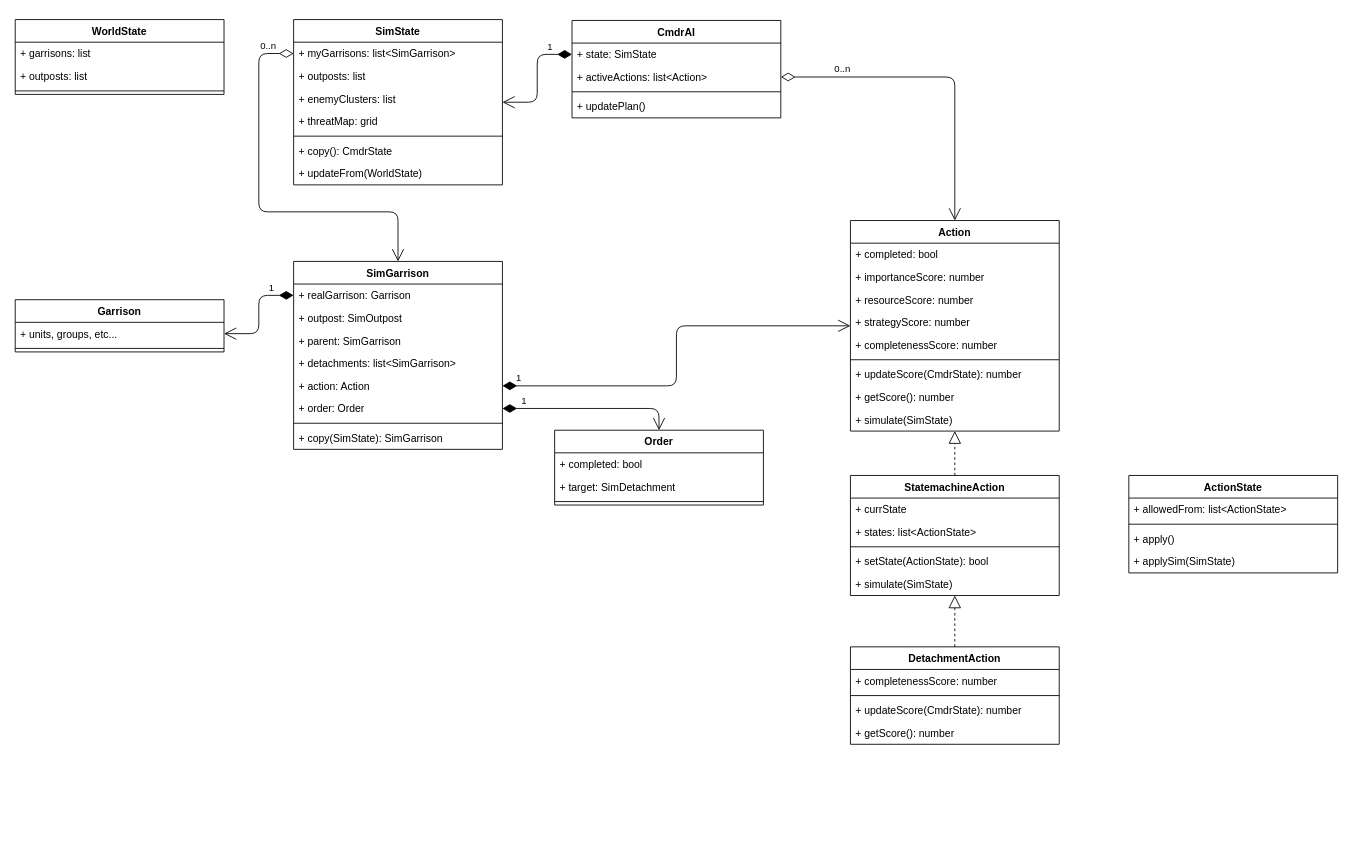
Earlier version of the draw.io diagram CmdrAI.drawio (billw2012/CmdrAITestbed.Altis). Source tidied: cells renumbered, new cells numbered last; positions are measured from the earlier drawing's top-left corner, leaving out a move shared by most shapes. Both pictures are drawn from the tidied source at 87%, with x=0, y=0 at pixel (15, 19).
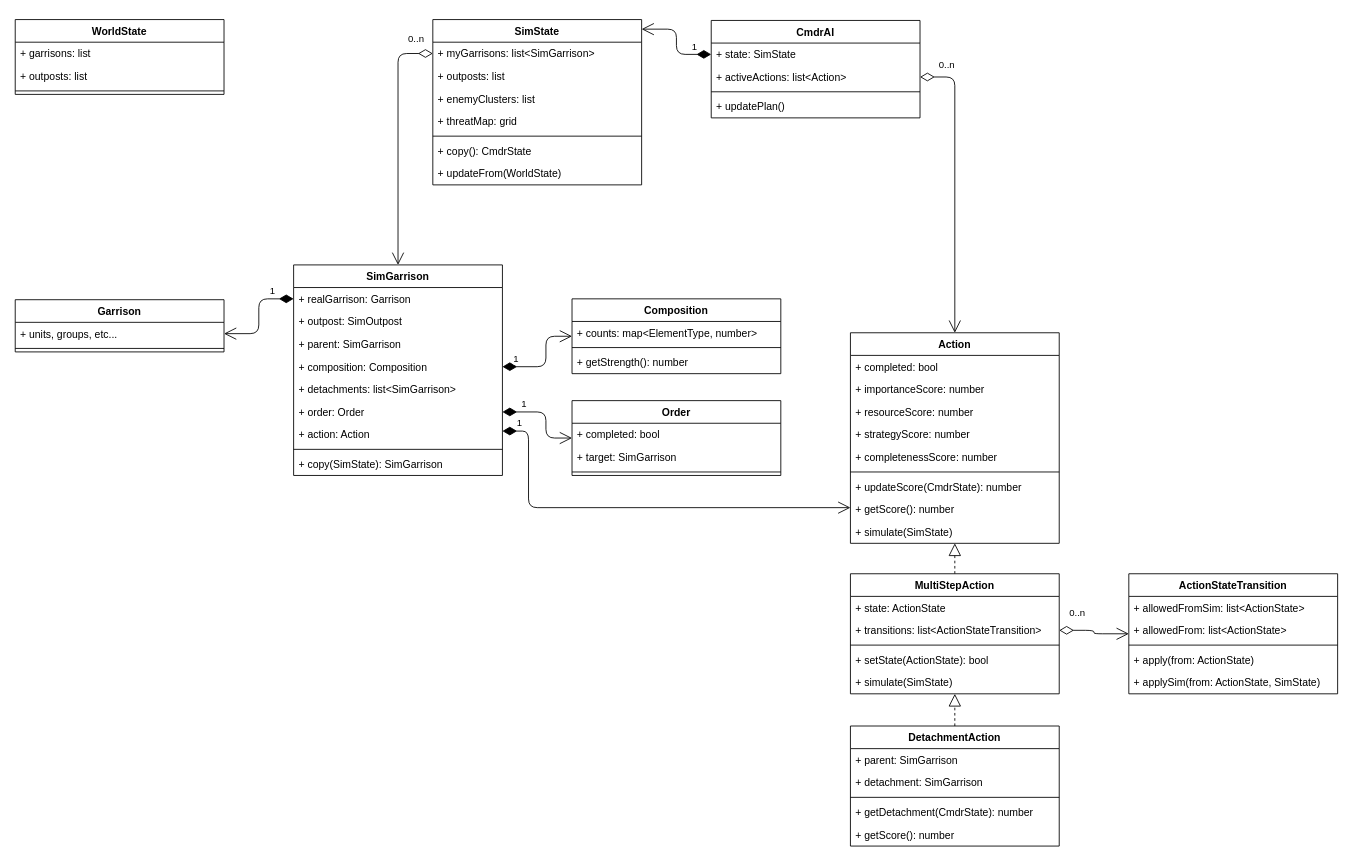
The same diagram, later.

Unchanged cells that the change refers to:
```xml
<mxCell id="7" value="+ myGarrisons: list&lt;SimGarrison&gt;&#10;" style="text;strokeColor=none;fillColor=none;align=left;verticalAlign=top;spacingLeft=4;spacingRight=4;overflow=hidden;points=[[0,0.5],[1,0.5]];portConstraint=eastwest;" parent="6" vertex="1">
  <mxGeometry y="26" width="240" height="26" as="geometry" />
</mxCell>
<mxCell id="15" value="+ state: SimState" style="text;strokeColor=none;fillColor=none;align=left;verticalAlign=top;spacingLeft=4;spacingRight=4;overflow=hidden;points=[[0,0.5],[1,0.5]];portConstraint=eastwest;" parent="14" vertex="1">
  <mxGeometry y="26" width="240" height="26" as="geometry" />
</mxCell>
<mxCell id="16" value="+ activeActions: list&lt;Action&gt;" style="text;strokeColor=none;fillColor=none;align=left;verticalAlign=top;spacingLeft=4;spacingRight=4;overflow=hidden;points=[[0,0.5],[1,0.5]];portConstraint=eastwest;" parent="14" vertex="1">
  <mxGeometry y="52" width="240" height="26" as="geometry" />
</mxCell>
```

Diff of the diagram source:
```diff
@@
     <mxCell id="6" value="SimState" style="swimlane;fontStyle=1;align=center;verticalAlign=top;horizontal=1;startSize=26;" parent="1" vertex="1">
-      <mxGeometry x="320" width="240" height="190" as="geometry" />
+      <mxGeometry x="480" width="240" height="190" as="geometry" />
     </mxCell>
@@
     <mxCell id="14" value="CmdrAI" style="swimlane;fontStyle=1;align=center;verticalAlign=top;horizontal=1;startSize=26;" parent="1" vertex="1">
-      <mxGeometry x="640" y="1" width="240" height="112" as="geometry" />
+      <mxGeometry x="800" y="1" width="240" height="112" as="geometry" />
     </mxCell>
@@
     <mxCell id="19" value="1" style="endArrow=open;html=1;endSize=12;startArrow=diamondThin;startSize=14;startFill=1;edgeStyle=orthogonalEdgeStyle;align=left;verticalAlign=bottom;" parent="1" edge="1" source="15" target="6">
-      <mxGeometry x="-0.56" relative="1" as="geometry" />
+      <mxGeometry x="-0.56" relative="1" as="geometry">
+        <Array as="points">
+          <mxPoint x="760" y="40" />
+          <mxPoint x="760" y="11" />
+        </Array>
+      </mxGeometry>
     </mxCell>
     <mxCell id="20" value="Action" style="swimlane;fontStyle=1;align=center;verticalAlign=top;horizontal=1;startSize=26;" parent="1" vertex="1">
-      <mxGeometry x="960" y="231" width="240" height="242" as="geometry" />
+      <mxGeometry x="960" y="360" width="240" height="242" as="geometry" />
     </mxCell>
@@
     <mxCell id="30" value="0..n" style="endArrow=open;html=1;endSize=12;startArrow=diamondThin;startSize=14;startFill=0;edgeStyle=orthogonalEdgeStyle;align=left;verticalAlign=bottom;" parent="1" edge="1" source="16" target="20">
-      <mxGeometry x="-0.67" relative="1" as="geometry" />
+      <mxGeometry x="-0.88" y="5" relative="1" as="geometry">
+        <Array as="points">
+          <mxPoint x="1080" y="66" />
+        </Array>
+      </mxGeometry>
     </mxCell>
-    <mxCell id="31" value="Order" style="swimlane;fontStyle=1;align=center;verticalAlign=top;horizontal=1;startSize=26;" parent="1" vertex="1">
-      <mxGeometry x="620" y="472" width="240" height="86" as="geometry" />
-    </mxCell>
-    <mxCell id="32" value="+ completed: bool" style="text;strokeColor=none;fillColor=none;align=left;verticalAlign=top;spacingLeft=4;spacingRight=4;overflow=hidden;" parent="31" vertex="1">
-      <mxGeometry y="26" width="240" height="26" as="geometry" />
-    </mxCell>
-    <mxCell id="33" value="+ target: SimDetachment" style="text;strokeColor=none;fillColor=none;align=left;verticalAlign=top;spacingLeft=4;spacingRight=4;overflow=hidden;" parent="31" vertex="1">
-      <mxGeometry y="52" width="240" height="26" as="geometry" />
-    </mxCell>
-    <mxCell id="34" style="line;strokeWidth=1;fillColor=none;align=left;verticalAlign=middle;spacingTop=-1;spacingLeft=3;spacingRight=3;labelPosition=right;" parent="31" vertex="1">
-      <mxGeometry y="78" width="240" height="8" as="geometry" />
-    </mxCell>
@@
     <mxCell id="38" value="SimGarrison" style="swimlane;fontStyle=1;align=center;verticalAlign=top;horizontal=1;startSize=26;" parent="1" vertex="1">
-      <mxGeometry x="320" y="278" width="240" height="216" as="geometry" />
+      <mxGeometry x="320" y="282" width="240" height="242" as="geometry" />
     </mxCell>
@@
+    <mxCell id="69" value="+ composition: Composition" style="text;strokeColor=none;fillColor=none;align=left;verticalAlign=top;spacingLeft=4;spacingRight=4;overflow=hidden;points=[[0,0.5],[1,0.5]];portConstraint=eastwest;" parent="38" vertex="1">
+      <mxGeometry y="104" width="240" height="26" as="geometry" />
+    </mxCell>
     <mxCell id="42" value="+ detachments: list&lt;SimGarrison&gt;" style="text;strokeColor=none;fillColor=none;align=left;verticalAlign=top;spacingLeft=4;spacingRight=4;overflow=hidden;" parent="38" vertex="1">
-      <mxGeometry y="104" width="240" height="26" as="geometry" />
+      <mxGeometry y="130" width="240" height="26" as="geometry" />
     </mxCell>
+    <mxCell id="44" value="+ order: Order" style="text;strokeColor=none;fillColor=none;align=left;verticalAlign=top;spacingLeft=4;spacingRight=4;overflow=hidden;points=[[0,0.5],[1,0.5]];portConstraint=eastwest;" parent="38" vertex="1">
+      <mxGeometry y="156" width="240" height="26" as="geometry" />
+    </mxCell>
     <mxCell id="43" value="+ action: Action" style="text;strokeColor=none;fillColor=none;align=left;verticalAlign=top;spacingLeft=4;spacingRight=4;overflow=hidden;points=[[0,0.5],[1,0.5]];portConstraint=eastwest;" parent="38" vertex="1">
-      <mxGeometry y="130" width="240" height="26" as="geometry" />
+      <mxGeometry y="182" width="240" height="26" as="geometry" />
     </mxCell>
-    <mxCell id="44" value="+ order: Order" style="text;strokeColor=none;fillColor=none;align=left;verticalAlign=top;spacingLeft=4;spacingRight=4;overflow=hidden;points=[[0,0.5],[1,0.5]];portConstraint=eastwest;" parent="38" vertex="1">
-      <mxGeometry y="156" width="240" height="26" as="geometry" />
-    </mxCell>
     <mxCell id="45" style="line;strokeWidth=1;fillColor=none;align=left;verticalAlign=middle;spacingTop=-1;spacingLeft=3;spacingRight=3;labelPosition=right;" parent="38" vertex="1">
-      <mxGeometry y="182" width="240" height="8" as="geometry" />
+      <mxGeometry y="208" width="240" height="8" as="geometry" />
     </mxCell>
     <mxCell id="46" value="+ copy(SimState): SimGarrison&#10;" style="text;strokeColor=none;fillColor=none;align=left;verticalAlign=top;spacingLeft=4;spacingRight=4;overflow=hidden;" parent="38" vertex="1">
-      <mxGeometry y="190" width="240" height="26" as="geometry" />
+      <mxGeometry y="216" width="240" height="26" as="geometry" />
     </mxCell>
@@
-    <mxCell id="48" value="1" style="endArrow=open;html=1;endSize=12;startArrow=diamondThin;startSize=14;startFill=1;edgeStyle=orthogonalEdgeStyle;align=left;verticalAlign=bottom;" parent="1" edge="1" source="43" target="20">
-      <mxGeometry x="-0.94" relative="1" as="geometry" />
-    </mxCell>
     <mxCell id="49" value="1" style="endArrow=open;html=1;endSize=12;startArrow=diamondThin;startSize=14;startFill=1;edgeStyle=orthogonalEdgeStyle;align=left;verticalAlign=bottom;" parent="1" edge="1" source="44" target="31">
-      <mxGeometry x="-0.8" relative="1" as="geometry" />
+      <mxGeometry x="-0.64" relative="1" as="geometry">
+        <Array as="points">
+          <mxPoint x="610" y="451" />
+          <mxPoint x="610" y="481" />
+        </Array>
+      </mxGeometry>
     </mxCell>
     <mxCell id="50" value="0..n" style="endArrow=open;html=1;endSize=12;startArrow=diamondThin;startSize=14;startFill=0;edgeStyle=orthogonalEdgeStyle;align=left;verticalAlign=bottom;" parent="1" edge="1" source="7" target="38">
-      <mxGeometry x="-0.82" relative="1" as="geometry">
+      <mxGeometry x="-0.79" y="-8" relative="1" as="geometry">
         <Array as="points">
-          <mxPoint x="280" y="39" />
-          <mxPoint x="280" y="221" />
-          <mxPoint x="440" y="221" />
+          <mxPoint x="440" y="39" />
         </Array>
       </mxGeometry>
     </mxCell>
     <mxCell id="51" value="DetachmentAction" style="swimlane;fontStyle=1;align=center;verticalAlign=top;horizontal=1;startSize=26;" parent="1" vertex="1">
-      <mxGeometry x="960" y="721" width="240" height="112" as="geometry" />
+      <mxGeometry x="960" y="812" width="240" height="138" as="geometry" />
     </mxCell>
-    <mxCell id="52" value="+ completenessScore: number" style="text;strokeColor=none;fillColor=none;align=left;verticalAlign=top;spacingLeft=4;spacingRight=4;overflow=hidden;" parent="51" vertex="1">
+    <mxCell id="52" value="+ parent: SimGarrison" style="text;strokeColor=none;fillColor=none;align=left;verticalAlign=top;spacingLeft=4;spacingRight=4;overflow=hidden;" parent="51" vertex="1">
       <mxGeometry y="26" width="240" height="26" as="geometry" />
     </mxCell>
+    <mxCell id="70" value="+ detachment: SimGarrison" style="text;strokeColor=none;fillColor=none;align=left;verticalAlign=top;spacingLeft=4;spacingRight=4;overflow=hidden;" parent="51" vertex="1">
+      <mxGeometry y="52" width="240" height="26" as="geometry" />
+    </mxCell>
     <mxCell id="53" style="line;strokeWidth=1;fillColor=none;align=left;verticalAlign=middle;spacingTop=-1;spacingLeft=3;spacingRight=3;labelPosition=right;" parent="51" vertex="1">
-      <mxGeometry y="52" width="240" height="8" as="geometry" />
+      <mxGeometry y="78" width="240" height="8" as="geometry" />
     </mxCell>
-    <mxCell id="54" value="+ updateScore(CmdrState): number&#10;" style="text;strokeColor=none;fillColor=none;align=left;verticalAlign=top;spacingLeft=4;spacingRight=4;overflow=hidden;" parent="51" vertex="1">
-      <mxGeometry y="60" width="240" height="26" as="geometry" />
+    <mxCell id="54" value="+ getDetachment(CmdrState): number&#10;" style="text;strokeColor=none;fillColor=none;align=left;verticalAlign=top;spacingLeft=4;spacingRight=4;overflow=hidden;" parent="51" vertex="1">
+      <mxGeometry y="86" width="240" height="26" as="geometry" />
     </mxCell>
     <mxCell id="55" value="+ getScore(): number" style="text;strokeColor=none;fillColor=none;align=left;verticalAlign=top;spacingLeft=4;spacingRight=4;overflow=hidden;" parent="51" vertex="1">
-      <mxGeometry y="86" width="240" height="26" as="geometry" />
+      <mxGeometry y="112" width="240" height="26" as="geometry" />
     </mxCell>
@@
-    <mxCell id="57" value="StatemachineAction" style="swimlane;fontStyle=1;align=center;verticalAlign=top;horizontal=1;startSize=26;" parent="1" vertex="1">
-      <mxGeometry x="960" y="524" width="240" height="138" as="geometry" />
+    <mxCell id="57" value="MultiStepAction" style="swimlane;fontStyle=1;align=center;verticalAlign=top;horizontal=1;startSize=26;" parent="1" vertex="1">
+      <mxGeometry x="960" y="637" width="240" height="138" as="geometry" />
     </mxCell>
-    <mxCell id="58" value="+ currState" style="text;strokeColor=none;fillColor=none;align=left;verticalAlign=top;spacingLeft=4;spacingRight=4;overflow=hidden;" parent="57" vertex="1">
+    <mxCell id="58" value="+ state: ActionState" style="text;strokeColor=none;fillColor=none;align=left;verticalAlign=top;spacingLeft=4;spacingRight=4;overflow=hidden;" parent="57" vertex="1">
       <mxGeometry y="26" width="240" height="26" as="geometry" />
     </mxCell>
-    <mxCell id="59" value="+ states: list&lt;ActionState&gt;" style="text;strokeColor=none;fillColor=none;align=left;verticalAlign=top;spacingLeft=4;spacingRight=4;overflow=hidden;points=[[0,0.5],[1,0.5]];portConstraint=eastwest;" parent="57" vertex="1">
+    <mxCell id="59" value="+ transitions: list&lt;ActionStateTransition&gt;" style="text;strokeColor=none;fillColor=none;align=left;verticalAlign=top;spacingLeft=4;spacingRight=4;overflow=hidden;points=[[0,0.5],[1,0.5]];portConstraint=eastwest;" parent="57" vertex="1">
       <mxGeometry y="52" width="240" height="26" as="geometry" />
     </mxCell>
@@
-    <mxCell id="64" value="ActionState" style="swimlane;fontStyle=1;align=center;verticalAlign=top;horizontal=1;startSize=26;" parent="1" vertex="1">
-      <mxGeometry x="1280" y="524" width="240" height="112" as="geometry" />
+    <mxCell id="64" value="ActionStateTransition" style="swimlane;fontStyle=1;align=center;verticalAlign=top;horizontal=1;startSize=26;" parent="1" vertex="1">
+      <mxGeometry x="1280" y="637" width="240" height="138" as="geometry" />
     </mxCell>
+    <mxCell id="71" value="+ allowedFromSim: list&lt;ActionState&gt;" style="text;strokeColor=none;fillColor=none;align=left;verticalAlign=top;spacingLeft=4;spacingRight=4;overflow=hidden;" parent="64" vertex="1">
+      <mxGeometry y="26" width="240" height="26" as="geometry" />
+    </mxCell>
     <mxCell id="65" value="+ allowedFrom: list&lt;ActionState&gt;" style="text;strokeColor=none;fillColor=none;align=left;verticalAlign=top;spacingLeft=4;spacingRight=4;overflow=hidden;" parent="64" vertex="1">
-      <mxGeometry y="26" width="240" height="26" as="geometry" />
+      <mxGeometry y="52" width="240" height="26" as="geometry" />
     </mxCell>
     <mxCell id="66" style="line;strokeWidth=1;fillColor=none;align=left;verticalAlign=middle;spacingTop=-1;spacingLeft=3;spacingRight=3;labelPosition=right;" parent="64" vertex="1">
-      <mxGeometry y="52" width="240" height="8" as="geometry" />
+      <mxGeometry y="78" width="240" height="8" as="geometry" />
     </mxCell>
-    <mxCell id="67" value="+ apply()&#10;" style="text;strokeColor=none;fillColor=none;align=left;verticalAlign=top;spacingLeft=4;spacingRight=4;overflow=hidden;" parent="64" vertex="1">
-      <mxGeometry y="60" width="240" height="26" as="geometry" />
+    <mxCell id="67" value="+ apply(from: ActionState)&#10;" style="text;strokeColor=none;fillColor=none;align=left;verticalAlign=top;spacingLeft=4;spacingRight=4;overflow=hidden;" parent="64" vertex="1">
+      <mxGeometry y="86" width="240" height="26" as="geometry" />
     </mxCell>
-    <mxCell id="68" value="+ applySim(SimState)" style="text;strokeColor=none;fillColor=none;align=left;verticalAlign=top;spacingLeft=4;spacingRight=4;overflow=hidden;" parent="64" vertex="1">
-      <mxGeometry y="86" width="240" height="26" as="geometry" />
+    <mxCell id="68" value="+ applySim(from: ActionState, SimState)" style="text;strokeColor=none;fillColor=none;align=left;verticalAlign=top;spacingLeft=4;spacingRight=4;overflow=hidden;" parent="64" vertex="1">
+      <mxGeometry y="112" width="240" height="26" as="geometry" />
     </mxCell>
+    <mxCell id="72" value="0..n" style="endArrow=open;html=1;endSize=12;startArrow=diamondThin;startSize=14;startFill=0;edgeStyle=orthogonalEdgeStyle;align=left;verticalAlign=bottom;" parent="1" edge="1" source="59" target="64">
+      <mxGeometry x="-0.76" y="11" relative="1" as="geometry" />
+    </mxCell>
+    <mxCell id="73" value="Composition" style="swimlane;fontStyle=1;align=center;verticalAlign=top;horizontal=1;startSize=26;" parent="1" vertex="1">
+      <mxGeometry x="640" y="321" width="240" height="86" as="geometry" />
+    </mxCell>
+    <mxCell id="74" value="+ counts: map&lt;ElementType, number&gt;" style="text;strokeColor=none;fillColor=none;align=left;verticalAlign=top;spacingLeft=4;spacingRight=4;overflow=hidden;" parent="73" vertex="1">
+      <mxGeometry y="26" width="240" height="26" as="geometry" />
+    </mxCell>
+    <mxCell id="75" style="line;strokeWidth=1;fillColor=none;align=left;verticalAlign=middle;spacingTop=-1;spacingLeft=3;spacingRight=3;labelPosition=right;" parent="73" vertex="1">
+      <mxGeometry y="52" width="240" height="8" as="geometry" />
+    </mxCell>
+    <mxCell id="76" value="+ getStrength(): number" style="text;strokeColor=none;fillColor=none;align=left;verticalAlign=top;spacingLeft=4;spacingRight=4;overflow=hidden;" parent="73" vertex="1">
+      <mxGeometry y="60" width="240" height="26" as="geometry" />
+    </mxCell>
+    <mxCell id="77" value="1" style="endArrow=open;html=1;endSize=12;startArrow=diamondThin;startSize=14;startFill=1;edgeStyle=orthogonalEdgeStyle;align=left;verticalAlign=bottom;" parent="1" edge="1" source="69" target="73">
+      <mxGeometry x="-0.8" relative="1" as="geometry">
+        <Array as="points">
+          <mxPoint x="610" y="399" />
+          <mxPoint x="610" y="364" />
+        </Array>
+      </mxGeometry>
+    </mxCell>
+    <mxCell id="48" value="1" style="endArrow=open;html=1;endSize=12;startArrow=diamondThin;startSize=14;startFill=1;edgeStyle=orthogonalEdgeStyle;align=left;verticalAlign=bottom;" parent="1" edge="1" source="43" target="20">
+      <mxGeometry x="-0.94" relative="1" as="geometry">
+        <Array as="points">
+          <mxPoint x="590" y="473" />
+          <mxPoint x="590" y="561" />
+        </Array>
+      </mxGeometry>
+    </mxCell>
+    <mxCell id="31" value="Order" style="swimlane;fontStyle=1;align=center;verticalAlign=top;horizontal=1;startSize=26;" parent="1" vertex="1">
+      <mxGeometry x="640" y="438" width="240" height="86" as="geometry" />
+    </mxCell>
+    <mxCell id="32" value="+ completed: bool" style="text;strokeColor=none;fillColor=none;align=left;verticalAlign=top;spacingLeft=4;spacingRight=4;overflow=hidden;" parent="31" vertex="1">
+      <mxGeometry y="26" width="240" height="26" as="geometry" />
+    </mxCell>
+    <mxCell id="33" value="+ target: SimGarrison" style="text;strokeColor=none;fillColor=none;align=left;verticalAlign=top;spacingLeft=4;spacingRight=4;overflow=hidden;" parent="31" vertex="1">
+      <mxGeometry y="52" width="240" height="26" as="geometry" />
+    </mxCell>
+    <mxCell id="34" style="line;strokeWidth=1;fillColor=none;align=left;verticalAlign=middle;spacingTop=-1;spacingLeft=3;spacingRight=3;labelPosition=right;" parent="31" vertex="1">
+      <mxGeometry y="78" width="240" height="8" as="geometry" />
+    </mxCell>
```
